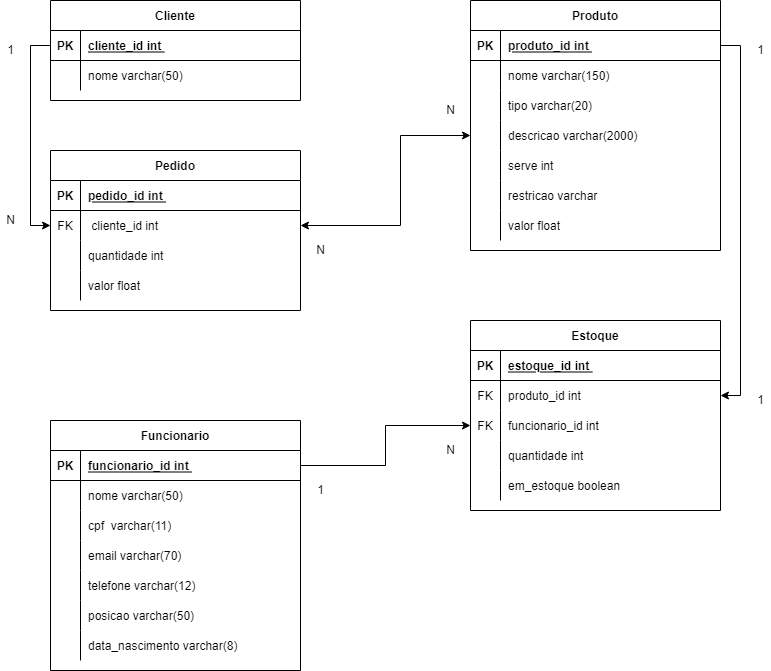
Marguarisco/Restaurante_Monica_Backend keeps this draw.io diagram as Relacao identidade restaurante monica.png. Above is the earlier version. Source tidied: cells renumbered, new cells last; positions are measured from the earlier drawing's top-left corner, leaving out a move shared by most shapes.
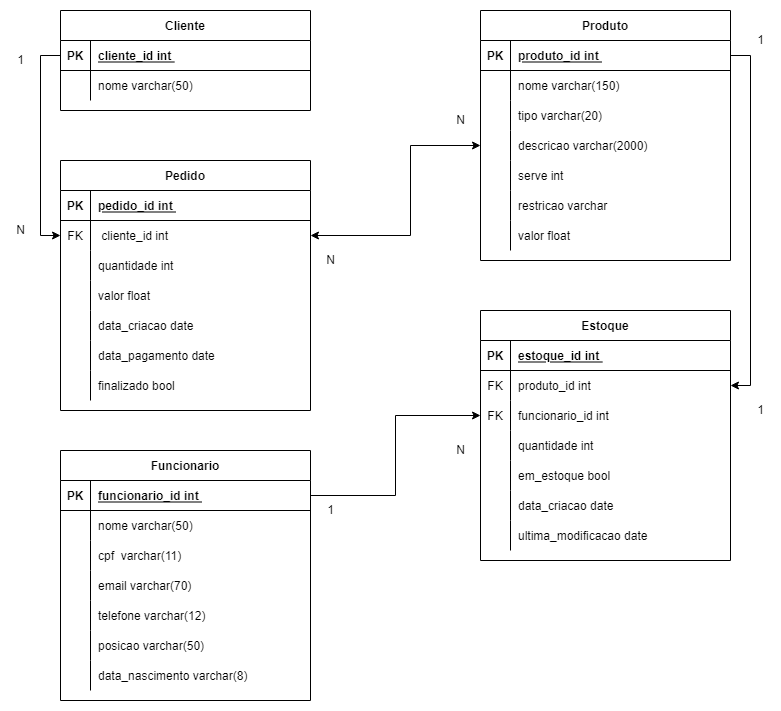
After the change.

The edit, as a diff of the source:
```diff
@@ -11,7 +11,7 @@
       </mxGeometry>
     </mxCell>
     <mxCell id="3" value="Pedido" style="shape=table;startSize=30;rowLines=0;fontStyle=1;align=center;" parent="1" vertex="1">
-      <mxGeometry x="50" y="150" width="250" height="160" as="geometry" />
+      <mxGeometry x="50" y="150" width="250" height="250" as="geometry" />
     </mxCell>
     <mxCell id="4" style="shape=partialRectangle;fillColor=none;top=0;left=0;right=0;bottom=1;" parent="3" vertex="1">
       <mxGeometry y="30" width="250" height="30" as="geometry" />
@@ -49,6 +49,33 @@
     <mxCell id="15" value="valor float" style="shape=partialRectangle;overflow=hidden;fillColor=none;top=0;left=0;bottom=0;right=0;align=left;spacingLeft=6;" parent="13" vertex="1">
       <mxGeometry x="30" width="220" height="30" as="geometry" />
     </mxCell>
+    <mxCell id="95" style="shape=partialRectangle;fillColor=none;top=0;left=0;right=0;bottom=0;" parent="3" vertex="1">
+      <mxGeometry y="150" width="250" height="30" as="geometry" />
+    </mxCell>
+    <mxCell id="96" style="shape=partialRectangle;overflow=hidden;fillColor=none;top=0;left=0;bottom=0;right=0;" parent="95" vertex="1">
+      <mxGeometry width="30" height="30" as="geometry" />
+    </mxCell>
+    <mxCell id="97" value="data_criacao date" style="shape=partialRectangle;overflow=hidden;fillColor=none;top=0;left=0;bottom=0;right=0;align=left;spacingLeft=6;" parent="95" vertex="1">
+      <mxGeometry x="30" width="220" height="30" as="geometry" />
+    </mxCell>
+    <mxCell id="98" style="shape=partialRectangle;fillColor=none;top=0;left=0;right=0;bottom=0;" parent="3" vertex="1">
+      <mxGeometry y="180" width="250" height="30" as="geometry" />
+    </mxCell>
+    <mxCell id="99" style="shape=partialRectangle;overflow=hidden;fillColor=none;top=0;left=0;bottom=0;right=0;" parent="98" vertex="1">
+      <mxGeometry width="30" height="30" as="geometry" />
+    </mxCell>
+    <mxCell id="100" value="data_pagamento date" style="shape=partialRectangle;overflow=hidden;fillColor=none;top=0;left=0;bottom=0;right=0;align=left;spacingLeft=6;" parent="98" vertex="1">
+      <mxGeometry x="30" width="220" height="30" as="geometry" />
+    </mxCell>
+    <mxCell id="101" style="shape=partialRectangle;fillColor=none;top=0;left=0;right=0;bottom=0;" parent="3" vertex="1">
+      <mxGeometry y="210" width="250" height="30" as="geometry" />
+    </mxCell>
+    <mxCell id="102" style="shape=partialRectangle;overflow=hidden;fillColor=none;top=0;left=0;bottom=0;right=0;" parent="101" vertex="1">
+      <mxGeometry width="30" height="30" as="geometry" />
+    </mxCell>
+    <mxCell id="103" value="finalizado bool" style="shape=partialRectangle;overflow=hidden;fillColor=none;top=0;left=0;bottom=0;right=0;align=left;spacingLeft=6;" parent="101" vertex="1">
+      <mxGeometry x="30" width="220" height="30" as="geometry" />
+    </mxCell>
     <mxCell id="16" value="Produto" style="shape=table;startSize=30;rowLines=0;fontStyle=1;align=center;" parent="1" vertex="1">
       <mxGeometry x="470" width="250" height="250" as="geometry" />
     </mxCell>
@@ -137,7 +164,7 @@
       <mxGeometry x="30" width="220" height="30" as="geometry" />
     </mxCell>
     <mxCell id="45" value="Funcionario" style="shape=table;startSize=30;rowLines=0;fontStyle=1;align=center;" parent="1" vertex="1">
-      <mxGeometry x="50" y="420" width="250" height="250" as="geometry" />
+      <mxGeometry x="50" y="440" width="250" height="250" as="geometry" />
     </mxCell>
     <mxCell id="46" style="shape=partialRectangle;fillColor=none;points=[[0,0.5],[1,0.5]];portConstraint=eastwest;top=0;left=0;right=0;bottom=1;" parent="45" vertex="1">
       <mxGeometry y="30" width="250" height="30" as="geometry" />
@@ -203,7 +230,7 @@
       <mxGeometry x="30" width="220" height="30" as="geometry" />
     </mxCell>
     <mxCell id="67" value="Estoque" style="shape=table;startSize=30;rowLines=0;fontStyle=1;align=center;" parent="1" vertex="1">
-      <mxGeometry x="470" y="320" width="250" height="190" as="geometry" />
+      <mxGeometry x="470" y="300" width="250" height="250" as="geometry" />
     </mxCell>
     <mxCell id="68" style="shape=partialRectangle;fillColor=none;top=0;left=0;right=0;bottom=1;" parent="67" vertex="1">
       <mxGeometry y="30" width="250" height="30" as="geometry" />
@@ -247,13 +274,31 @@
     <mxCell id="81" style="shape=partialRectangle;overflow=hidden;fillColor=none;top=0;left=0;bottom=0;right=0;" parent="80" vertex="1">
       <mxGeometry width="30" height="30" as="geometry" />
     </mxCell>
-    <mxCell id="82" value="em_estoque boolean" style="shape=partialRectangle;overflow=hidden;fillColor=none;top=0;left=0;bottom=0;right=0;align=left;spacingLeft=6;" parent="80" vertex="1">
+    <mxCell id="82" value="em_estoque bool" style="shape=partialRectangle;overflow=hidden;fillColor=none;top=0;left=0;bottom=0;right=0;align=left;spacingLeft=6;" parent="80" vertex="1">
       <mxGeometry x="30" width="220" height="30" as="geometry" />
     </mxCell>
+    <mxCell id="104" style="shape=partialRectangle;fillColor=none;top=0;left=0;right=0;bottom=0;" parent="67" vertex="1">
+      <mxGeometry y="180" width="250" height="30" as="geometry" />
+    </mxCell>
+    <mxCell id="105" style="shape=partialRectangle;overflow=hidden;fillColor=none;top=0;left=0;bottom=0;right=0;" parent="104" vertex="1">
+      <mxGeometry width="30" height="30" as="geometry" />
+    </mxCell>
+    <mxCell id="106" value="data_criacao date" style="shape=partialRectangle;overflow=hidden;fillColor=none;top=0;left=0;bottom=0;right=0;align=left;spacingLeft=6;" parent="104" vertex="1">
+      <mxGeometry x="30" width="220" height="30" as="geometry" />
+    </mxCell>
+    <mxCell id="107" style="shape=partialRectangle;fillColor=none;top=0;left=0;right=0;bottom=0;" parent="67" vertex="1">
+      <mxGeometry y="210" width="250" height="30" as="geometry" />
+    </mxCell>
+    <mxCell id="108" style="shape=partialRectangle;overflow=hidden;fillColor=none;top=0;left=0;bottom=0;right=0;" parent="107" vertex="1">
+      <mxGeometry width="30" height="30" as="geometry" />
+    </mxCell>
+    <mxCell id="109" value="ultima_modificacao date" style="shape=partialRectangle;overflow=hidden;fillColor=none;top=0;left=0;bottom=0;right=0;align=left;spacingLeft=6;" parent="107" vertex="1">
+      <mxGeometry x="30" width="220" height="30" as="geometry" />
+    </mxCell>
     <mxCell id="83" style="edgeStyle=orthogonalEdgeStyle;rounded=0;jettySize=auto;html=1;exitX=0;exitY=0.5;exitDx=0;exitDy=0;entryX=0;entryY=0.5;entryDx=0;entryDy=0;" parent="1" edge="1" source="39" target="7">
       <mxGeometry relative="1" as="geometry" />
     </mxCell>
-    <mxCell id="84" style="edgeStyle=orthogonalEdgeStyle;rounded=0;jettySize=auto;html=1;exitX=0;exitY=0.5;exitDx=0;exitDy=0;entryX=1;entryY=0.5;entryDx=0;entryDy=0;" parent="1" edge="1" source="17" target="x">
+    <mxCell id="84" style="edgeStyle=orthogonalEdgeStyle;rounded=0;jettySize=auto;html=1;exitX=0;exitY=0.5;exitDx=0;exitDy=0;entryX=1;entryY=0.5;entryDx=0;entryDy=0;" parent="1" edge="1" source="17">
       <mxGeometry relative="1" as="geometry" />
     </mxCell>
     <mxCell id="85" style="edgeStyle=orthogonalEdgeStyle;rounded=0;jettySize=auto;html=1;exitX=1;exitY=0.5;exitDx=0;exitDy=0;entryX=1;entryY=0.5;entryDx=0;entryDy=0;" parent="1" edge="1" source="17" target="71">
@@ -275,16 +320,16 @@
       <mxGeometry x="440" y="100" width="20" height="20" as="geometry" />
     </mxCell>
     <mxCell id="91" value="1" style="text;html=1;align=center;verticalAlign=middle;strokeColor=none;fillColor=none;fontColor=default;" parent="1" vertex="1">
-      <mxGeometry x="750" y="40" width="20" height="20" as="geometry" />
+      <mxGeometry x="740" y="20" width="20" height="20" as="geometry" />
     </mxCell>
     <mxCell id="92" value="1" style="text;html=1;align=center;verticalAlign=middle;strokeColor=none;fillColor=none;fontColor=default;" parent="1" vertex="1">
-      <mxGeometry x="750" y="390" width="20" height="20" as="geometry" />
+      <mxGeometry x="740" y="390" width="20" height="20" as="geometry" />
     </mxCell>
     <mxCell id="93" value="1" style="text;html=1;align=center;verticalAlign=middle;strokeColor=none;fillColor=none;fontColor=default;" parent="1" vertex="1">
-      <mxGeometry x="310" y="480" width="20" height="20" as="geometry" />
+      <mxGeometry x="310" y="490" width="20" height="20" as="geometry" />
     </mxCell>
     <mxCell id="94" value="N" style="text;html=1;align=center;verticalAlign=middle;strokeColor=none;fillColor=none;fontColor=default;" parent="1" vertex="1">
-      <mxGeometry x="440" y="440" width="20" height="20" as="geometry" />
+      <mxGeometry x="440" y="430" width="20" height="20" as="geometry" />
     </mxCell>
   </root>
 </mxGraphModel>
```
